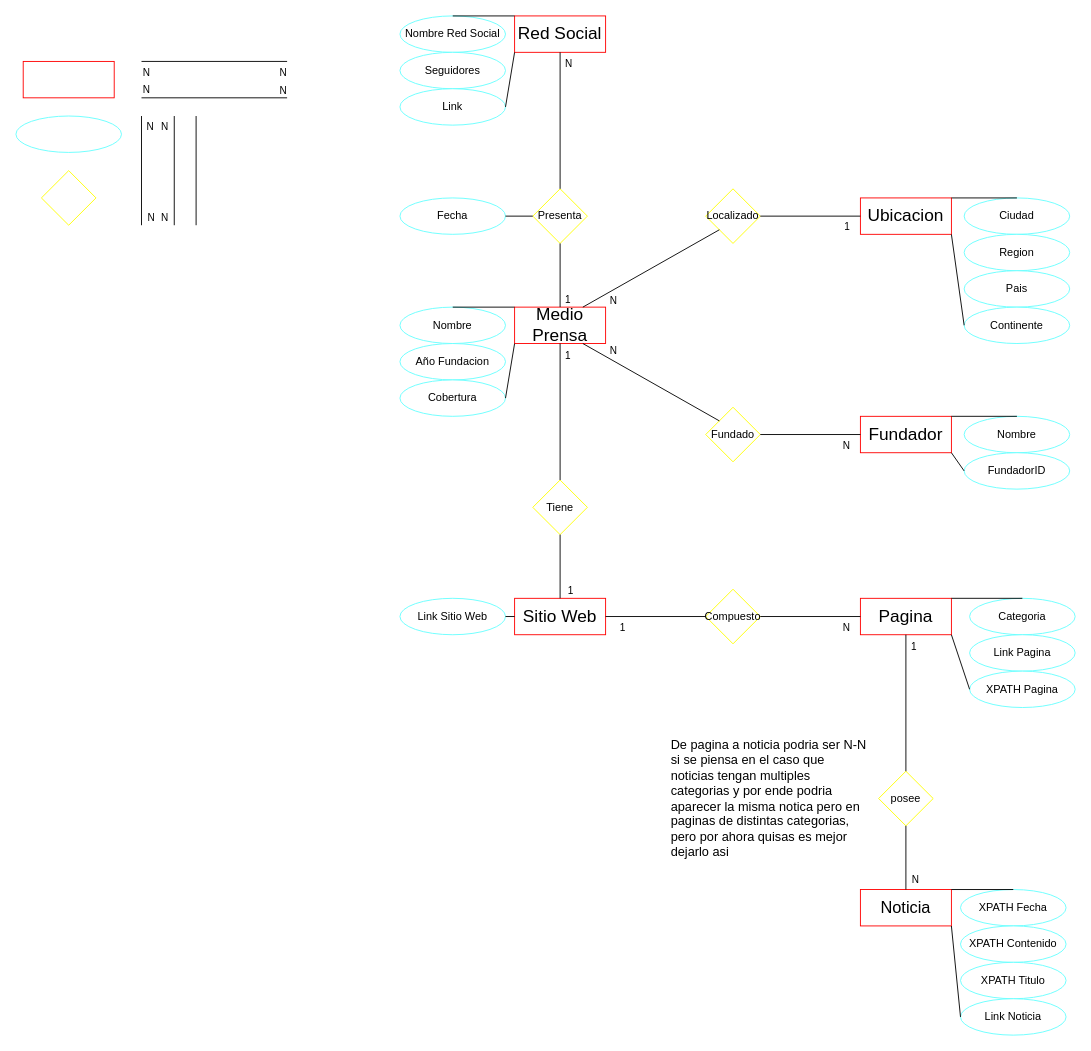
Earlier version of the draw.io diagram Parte1/Diagrama V2.drawio (RenatoAtencio/INFO133-equipo06). Source tidied: cells renumbered, new cells numbered last; positions are measured from the earlier drawing's top-left corner, leaving out a move shared by most shapes. Both pictures are drawn from the tidied source at 91%, with x=0, y=0 at pixel (15, 15).
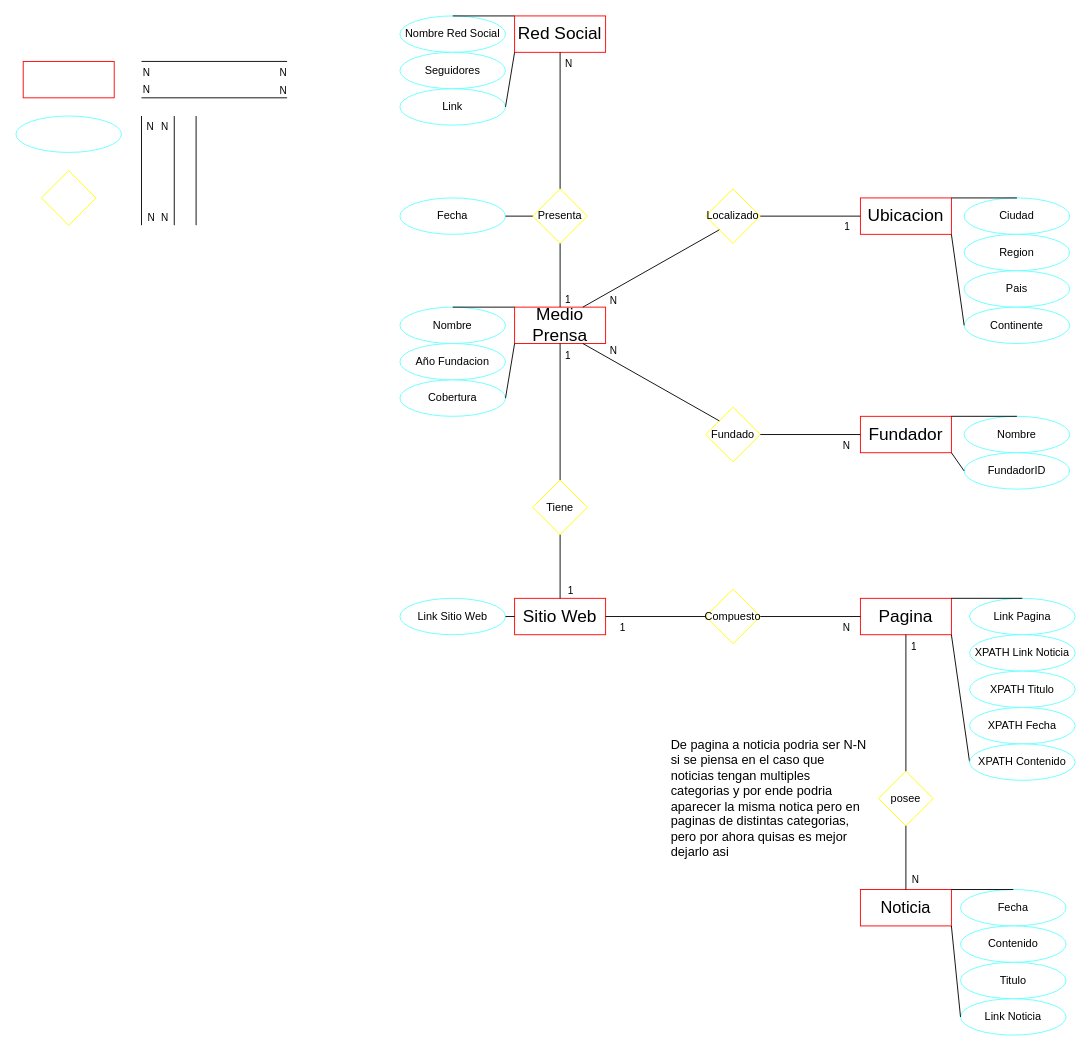
The same diagram, later.

Commit message (it also covers changes not shown here):
Actualizacion modelo relacional y diagrama

The change refers to these unchanged cells:
```xml
<mxCell id="22" value="Pagina" style="rounded=0;whiteSpace=wrap;html=1;strokeColor=#FF0000;fontSize=19;" parent="1" vertex="1">
  <mxGeometry x="928" y="640" width="100" height="40" as="geometry" />
</mxCell>
```

What changed in the source:
```diff
@@
-    <mxCell id="23" value="Categoria" style="ellipse;whiteSpace=wrap;html=1;gradientColor=none;strokeColor=#66FFFF;" parent="1" vertex="1">
-      <mxGeometry x="1048" y="640" width="116" height="40" as="geometry" />
-    </mxCell>
     <mxCell id="24" value="Link Pagina" style="ellipse;whiteSpace=wrap;html=1;gradientColor=none;strokeColor=#66FFFF;" parent="1" vertex="1">
-      <mxGeometry x="1048" y="680" width="116" height="40" as="geometry" />
+      <mxGeometry x="1048" y="640" width="116" height="40" as="geometry" />
     </mxCell>
-    <mxCell id="25" value="XPATH Pagina" style="ellipse;whiteSpace=wrap;html=1;gradientColor=none;strokeColor=#66FFFF;" parent="1" vertex="1">
-      <mxGeometry x="1048" y="720" width="116" height="40" as="geometry" />
+    <mxCell id="25" value="XPATH Link Noticia" style="ellipse;whiteSpace=wrap;html=1;gradientColor=none;strokeColor=#66FFFF;" parent="1" vertex="1">
+      <mxGeometry x="1048" y="680" width="116" height="40" as="geometry" />
     </mxCell>
@@
-    <mxCell id="28" value="XPATH Fecha" style="ellipse;whiteSpace=wrap;html=1;gradientColor=none;strokeColor=#66FFFF;" parent="1" vertex="1">
+    <mxCell id="28" value="Fecha" style="ellipse;whiteSpace=wrap;html=1;gradientColor=none;strokeColor=#66FFFF;" parent="1" vertex="1">
       <mxGeometry x="1038" y="960" width="116" height="40" as="geometry" />
     </mxCell>
-    <mxCell id="29" value="XPATH Contenido" style="ellipse;whiteSpace=wrap;html=1;gradientColor=none;strokeColor=#66FFFF;" parent="1" vertex="1">
+    <mxCell id="29" value="Contenido" style="ellipse;whiteSpace=wrap;html=1;gradientColor=none;strokeColor=#66FFFF;" parent="1" vertex="1">
       <mxGeometry x="1038" y="1000" width="116" height="40" as="geometry" />
     </mxCell>
-    <mxCell id="30" value="XPATH Titulo" style="ellipse;whiteSpace=wrap;html=1;gradientColor=none;strokeColor=#66FFFF;" parent="1" vertex="1">
+    <mxCell id="30" value="Titulo" style="ellipse;whiteSpace=wrap;html=1;gradientColor=none;strokeColor=#66FFFF;" parent="1" vertex="1">
       <mxGeometry x="1038" y="1040" width="116" height="40" as="geometry" />
     </mxCell>
@@
-    <mxCell id="87" style="endArrow=none;html=1;rounded=0;entryX=0.5;entryY=0;entryDx=0;entryDy=0;exitX=1;exitY=0;exitDx=0;exitDy=0;" parent="1" edge="1" source="22" target="23">
-      <mxGeometry relative="1" as="geometry" />
+    <mxCell id="87" style="endArrow=none;html=1;rounded=0;entryX=0.5;entryY=0;entryDx=0;entryDy=0;exitX=1;exitY=0;exitDx=0;exitDy=0;" parent="1" edge="1" source="22">
+      <mxGeometry relative="1" as="geometry">
+        <mxPoint x="1106" y="640" as="targetPoint" />
+      </mxGeometry>
     </mxCell>
-    <mxCell id="88" style="endArrow=none;html=1;rounded=0;entryX=0;entryY=0.5;entryDx=0;entryDy=0;exitX=1;exitY=1;exitDx=0;exitDy=0;" parent="1" edge="1" source="22" target="25">
+    <mxCell id="88" style="endArrow=none;html=1;rounded=0;exitX=1;exitY=1;exitDx=0;exitDy=0;entryX=0;entryY=0.5;entryDx=0;entryDy=0;" parent="1" edge="1" source="22" target="92">
       <mxGeometry relative="1" as="geometry" />
     </mxCell>
@@
+    <mxCell id="91" value="XPATH Fecha" style="ellipse;whiteSpace=wrap;html=1;gradientColor=none;strokeColor=#66FFFF;" parent="1" vertex="1">
+      <mxGeometry x="1048" y="760" width="116" height="40" as="geometry" />
+    </mxCell>
+    <mxCell id="92" value="XPATH Contenido" style="ellipse;whiteSpace=wrap;html=1;gradientColor=none;strokeColor=#66FFFF;" parent="1" vertex="1">
+      <mxGeometry x="1048" y="800" width="116" height="40" as="geometry" />
+    </mxCell>
+    <mxCell id="93" value="XPATH Titulo" style="ellipse;whiteSpace=wrap;html=1;gradientColor=none;strokeColor=#66FFFF;" parent="1" vertex="1">
+      <mxGeometry x="1048" y="720" width="116" height="40" as="geometry" />
+    </mxCell>
```
